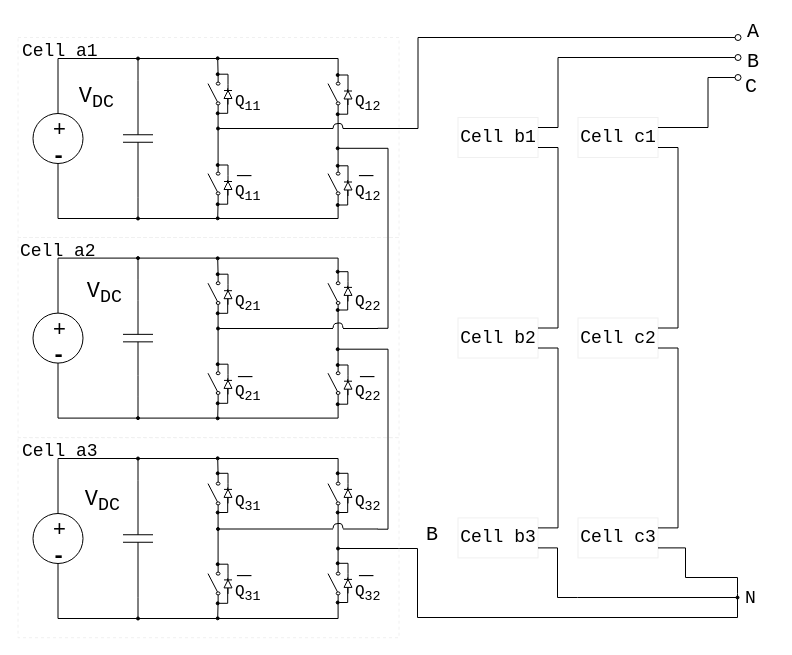
thece36/drawio keeps this draw.io diagram as CHBMI_3PH.drawio. Above is the earlier version. Source tidied: cells renumbered, new cells numbered last; positions are measured from the earlier drawing's top-left corner, leaving out a move shared by most shapes. Both pictures are drawn from the tidied source at 100%, with x=0, y=0 at pixel (17, 17).
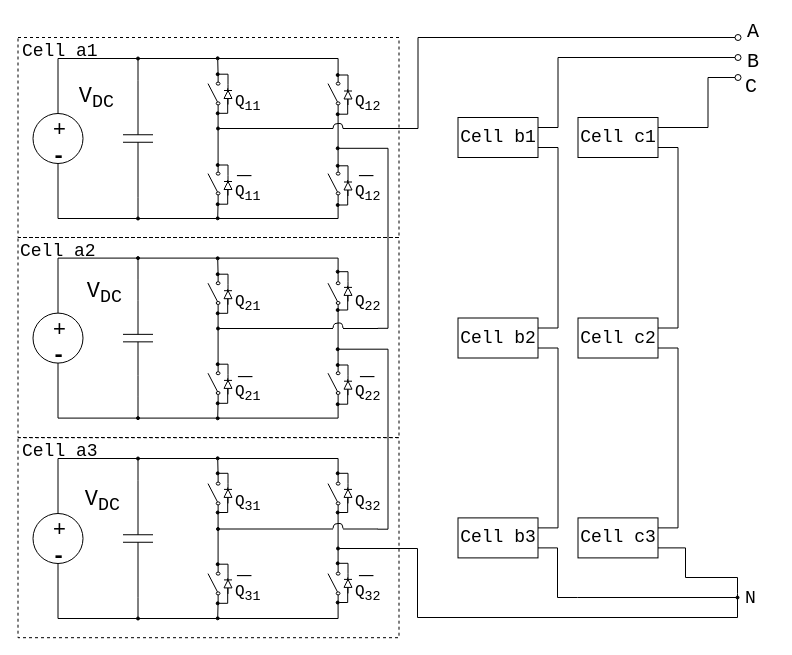
The same diagram, later.

Diff of the diagram source:
```diff
@@
-    <mxCell id="81" value="B" style="text;html=1;align=left;verticalAlign=top;spacingTop=-4;fontSize=20;fontFamily=Courier New;" parent="1" vertex="1">
-      <mxGeometry x="406.5" y="503" width="25" height="30" as="geometry" />
-    </mxCell>
@@
-    <mxCell id="124" style="rounded=0;whiteSpace=wrap;html=1;dashed=1;strokeColor=#F0F0F0;fillColor=none;fontSize=18;fontColor=#000000;" parent="1" vertex="1">
+    <mxCell id="124" style="rounded=0;whiteSpace=wrap;html=1;dashed=1;strokeColor=#000000;fillColor=none;fontSize=18;fontColor=#000000;" parent="1" vertex="1">
       <mxGeometry x="0.5" y="20" width="381" height="200" as="geometry" />
     </mxCell>
-    <mxCell id="125" style="rounded=0;whiteSpace=wrap;html=1;dashed=1;strokeColor=#F0F0F0;fillColor=none;fontSize=18;fontColor=#000000;" parent="1" vertex="1">
+    <mxCell id="125" style="rounded=0;whiteSpace=wrap;html=1;dashed=1;strokeColor=#000000;fillColor=none;fontSize=18;fontColor=#000000;" parent="1" vertex="1">
       <mxGeometry x="0.5" y="220" width="381" height="200" as="geometry" />
     </mxCell>
-    <mxCell id="126" style="rounded=0;whiteSpace=wrap;html=1;dashed=1;strokeColor=#F0F0F0;fillColor=none;fontSize=18;fontColor=#000000;" parent="1" vertex="1">
+    <mxCell id="126" style="rounded=0;whiteSpace=wrap;html=1;dashed=1;strokeColor=#000000;fillColor=none;fontSize=18;fontColor=#000000;" parent="1" vertex="1">
       <mxGeometry x="0.5" y="420.2" width="381" height="200" as="geometry" />
     </mxCell>
@@
-    <mxCell id="130" value="Cell b1" style="rounded=0;whiteSpace=wrap;html=1;strokeColor=#F0F0F0;fillColor=none;fontSize=18;fontColor=#000000;fontFamily=Courier New;" parent="1" vertex="1">
+    <mxCell id="130" value="Cell b1" style="rounded=0;whiteSpace=wrap;html=1;strokeColor=#000000;fillColor=none;fontSize=18;fontColor=#000000;fontFamily=Courier New;" parent="1" vertex="1">
       <mxGeometry x="440.5" y="100" width="80" height="40" as="geometry" />
     </mxCell>
-    <mxCell id="131" value="Cell c1" style="rounded=0;whiteSpace=wrap;html=1;strokeColor=#F0F0F0;fillColor=none;fontSize=18;fontColor=#000000;fontFamily=Courier New;" parent="1" vertex="1">
+    <mxCell id="131" value="Cell c1" style="rounded=0;whiteSpace=wrap;html=1;strokeColor=#000000;fillColor=none;fontSize=18;fontColor=#000000;fontFamily=Courier New;" parent="1" vertex="1">
       <mxGeometry x="560.5" y="100" width="80" height="40" as="geometry" />
     </mxCell>
-    <mxCell id="132" value="Cell b2" style="rounded=0;whiteSpace=wrap;html=1;strokeColor=#F0F0F0;fillColor=none;fontSize=18;fontColor=#000000;fontFamily=Courier New;" parent="1" vertex="1">
+    <mxCell id="132" value="Cell b2" style="rounded=0;whiteSpace=wrap;html=1;strokeColor=#000000;fillColor=none;fontSize=18;fontColor=#000000;fontFamily=Courier New;" parent="1" vertex="1">
       <mxGeometry x="440.5" y="300.5" width="80" height="40" as="geometry" />
     </mxCell>
-    <mxCell id="133" value="Cell c2" style="rounded=0;whiteSpace=wrap;html=1;strokeColor=#F0F0F0;fillColor=none;fontSize=18;fontColor=#000000;fontFamily=Courier New;" parent="1" vertex="1">
+    <mxCell id="133" value="Cell c2" style="rounded=0;whiteSpace=wrap;html=1;strokeColor=#000000;fillColor=none;fontSize=18;fontColor=#000000;fontFamily=Courier New;" parent="1" vertex="1">
       <mxGeometry x="560.5" y="300.5" width="80" height="40" as="geometry" />
     </mxCell>
-    <mxCell id="134" value="Cell b3" style="rounded=0;whiteSpace=wrap;html=1;strokeColor=#F0F0F0;fillColor=none;fontSize=18;fontColor=#000000;fontFamily=Courier New;" parent="1" vertex="1">
+    <mxCell id="134" value="Cell b3" style="rounded=0;whiteSpace=wrap;html=1;strokeColor=#000000;fillColor=none;fontSize=18;fontColor=#000000;fontFamily=Courier New;" parent="1" vertex="1">
       <mxGeometry x="440.5" y="500.4" width="80" height="40" as="geometry" />
     </mxCell>
-    <mxCell id="135" value="Cell c3" style="rounded=0;whiteSpace=wrap;html=1;strokeColor=#F0F0F0;fillColor=none;fontSize=18;fontColor=#000000;fontFamily=Courier New;" parent="1" vertex="1">
+    <mxCell id="135" value="Cell c3" style="rounded=0;whiteSpace=wrap;html=1;strokeColor=#000000;fillColor=none;fontSize=18;fontColor=#000000;fontFamily=Courier New;" parent="1" vertex="1">
       <mxGeometry x="560.5" y="500.4" width="80" height="40" as="geometry" />
     </mxCell>
```
